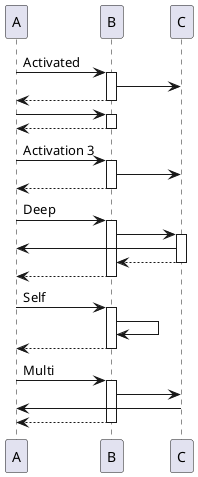
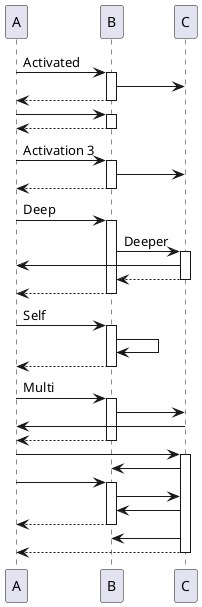
@startuml

participant A
participant B
participant C

A->B ++: Activated
    B->C
return

A->B ++
return

A->B ++: Activation 3
    B->C
return

A->B ++: Deep
-     B->C ++
+     B->C ++: Deeper
        C->A
    return
return

A->B ++: Self
    B->B
return

A->B ++: Multi
    B->C
    C->A
return

+ A->C ++
+     C->B
+     A->B ++
+         B->C
+         C->B
+     return
+     C->B
+ return
+ 
@enduml